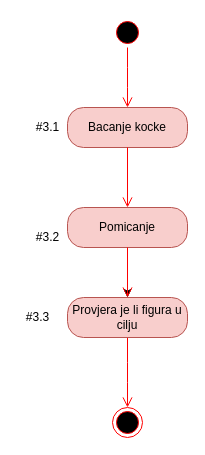
Before: page "Activity: Micanje figure" (5 of 6) of dijagram.drawio in andjelapehar/Covjece-ne-ljuti-se, a draw.io diagram. Source tidied: cells renumbered, new cells numbered last; positions are measured from the earlier drawing's top-left corner, leaving out a move shared by most shapes. Both pictures are drawn from the tidied source at 100%, with x=0, y=0 at pixel (17, 17).
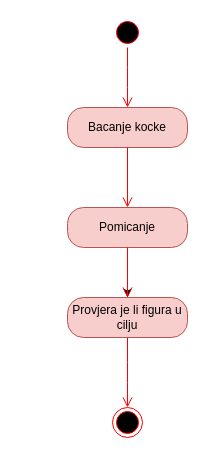
The same page after the edit.

What changed in the source:
```diff
@@
 <mxGraphModel>
   <root>
     <mxCell id="0" />
     <mxCell id="1" parent="0" />
     <mxCell id="2" style="ellipse;html=1;shape=startState;fillColor=#000000;strokeColor=#ff0000;" parent="1" vertex="1">
       <mxGeometry x="95" width="30" height="30" as="geometry" />
     </mxCell>
     <mxCell id="3" style="edgeStyle=orthogonalEdgeStyle;html=1;verticalAlign=bottom;endArrow=open;endSize=8;strokeColor=#ff0000;" parent="1" edge="1" source="2">
       <mxGeometry relative="1" as="geometry">
         <mxPoint x="110" y="90" as="targetPoint" />
       </mxGeometry>
     </mxCell>
     <mxCell id="4" value="Bacanje kocke" style="rounded=1;whiteSpace=wrap;html=1;arcSize=40;fillColor=#f8cecc;strokeColor=#b85450;" parent="1" vertex="1">
       <mxGeometry x="50" y="90" width="120" height="40" as="geometry" />
     </mxCell>
     <mxCell id="5" style="edgeStyle=orthogonalEdgeStyle;html=1;verticalAlign=bottom;endArrow=open;endSize=8;strokeColor=#ff0000;" parent="1" edge="1" source="4" target="7">
       <mxGeometry relative="1" as="geometry" />
     </mxCell>
     <mxCell id="6" style="edgeStyle=orthogonalEdgeStyle;rounded=0;jettySize=auto;html=1;" parent="1" edge="1" source="7" target="10">
       <mxGeometry relative="1" as="geometry" />
     </mxCell>
     <mxCell id="7" value="Pomicanje" style="rounded=1;whiteSpace=wrap;html=1;arcSize=40;fillColor=#f8cecc;strokeColor=#b85450;" parent="1" vertex="1">
       <mxGeometry x="50" y="190" width="120" height="40" as="geometry" />
     </mxCell>
     <mxCell id="8" style="edgeStyle=orthogonalEdgeStyle;html=1;verticalAlign=bottom;endArrow=open;endSize=8;strokeColor=#ff0000;" parent="1" edge="1" source="10">
       <mxGeometry relative="1" as="geometry">
         <mxPoint x="110" y="390" as="targetPoint" />
       </mxGeometry>
     </mxCell>
     <mxCell id="9" style="ellipse;html=1;shape=endState;fillColor=#000000;strokeColor=#ff0000;" parent="1" vertex="1">
       <mxGeometry x="95" y="390" width="30" height="30" as="geometry" />
     </mxCell>
     <mxCell id="10" value="Provjera je li figura u cilju" style="rounded=1;whiteSpace=wrap;html=1;arcSize=40;fillColor=#f8cecc;strokeColor=#b85450;" parent="1" vertex="1">
       <mxGeometry x="50" y="280" width="120" height="40" as="geometry" />
     </mxCell>
     <mxCell id="11" style="edgeStyle=orthogonalEdgeStyle;html=1;verticalAlign=bottom;endArrow=open;endSize=8;strokeColor=#ff0000;" parent="1" edge="1" source="7" target="10">
       <mxGeometry relative="1" as="geometry" />
     </mxCell>
-    <mxCell id="12" value="#3.1" style="text;html=1;align=center;verticalAlign=middle;" parent="1" vertex="1">
-      <mxGeometry x="10" y="100" width="40" height="20" as="geometry" />
-    </mxCell>
-    <mxCell id="13" value="#3.2" style="text;html=1;align=center;verticalAlign=middle;" parent="1" vertex="1">
-      <mxGeometry x="10" y="210" width="40" height="20" as="geometry" />
-    </mxCell>
-    <mxCell id="14" value="#3.3" style="text;html=1;align=center;verticalAlign=middle;" parent="1" vertex="1">
-      <mxGeometry y="290" width="40" height="20" as="geometry" />
-    </mxCell>
   </root>
 </mxGraphModel>
```
